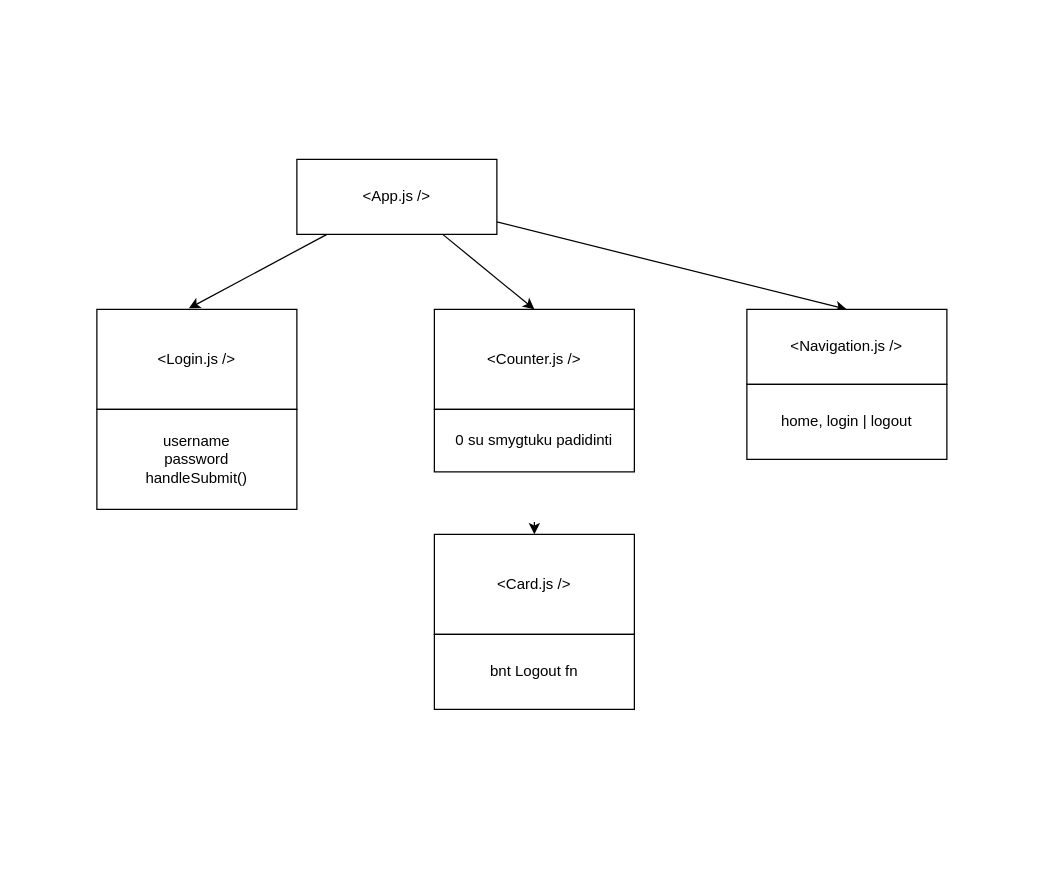
Stasysj/type8-react-10-useContext-useReducer keeps this draw.io diagram as draw.drawio. Above is the earlier version. Source tidied: cells renumbered, new cells numbered last; positions are measured from the earlier drawing's top-left corner, leaving out a move shared by most shapes. Both pictures are drawn from the tidied source at 125%, with x=0, y=0 at pixel (96, 159).
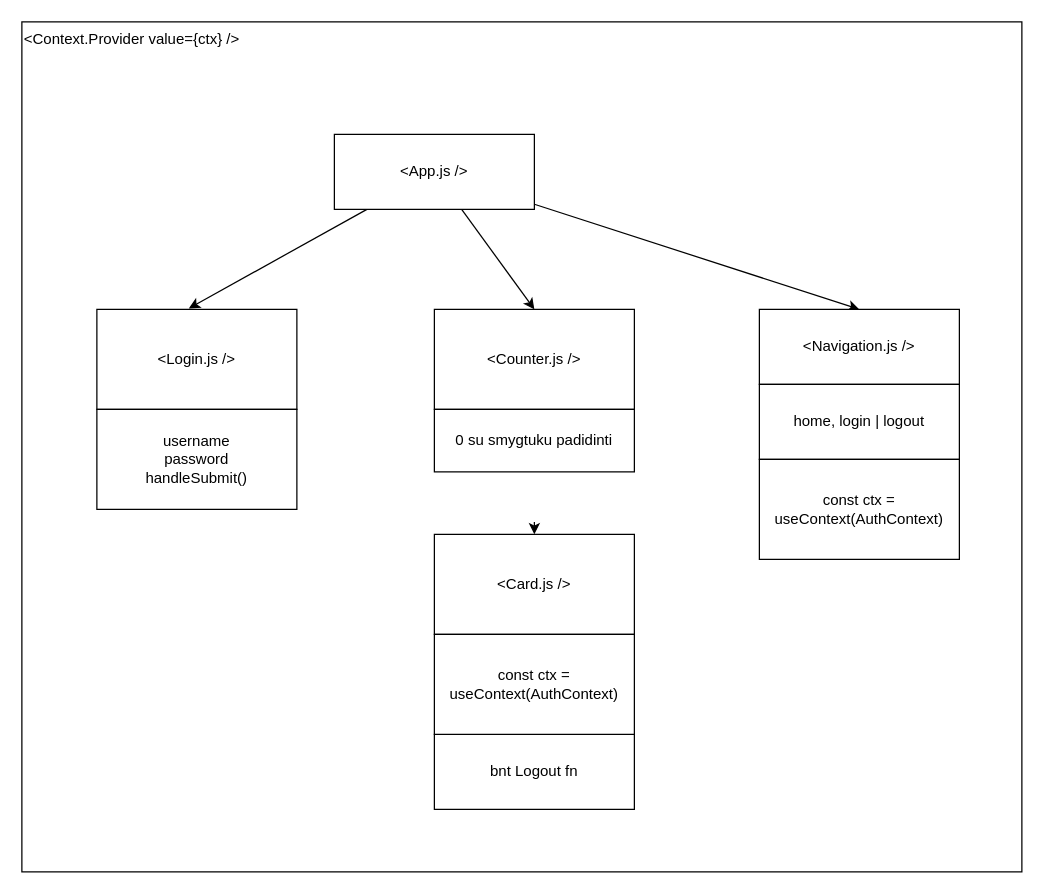
The same diagram, later.

Change to the diagram source:
```diff
@@
 <mxGraphModel>
   <root>
     <mxCell id="0" />
     <mxCell id="1" parent="0" />
+    <mxCell id="16" value="&amp;lt;Context.Provider value={ctx} /&amp;gt;" style="rounded=0;whiteSpace=wrap;html=1;align=left;verticalAlign=top;" parent="1" vertex="1">
+      <mxGeometry x="-60" y="-110" width="800" height="680" as="geometry" />
+    </mxCell>
     <mxCell id="2" style="edgeStyle=none;html=1;entryX=0.46;entryY=-0.01;entryDx=0;entryDy=0;entryPerimeter=0;" parent="1" edge="1" source="5" target="8">
       <mxGeometry relative="1" as="geometry" />
     </mxCell>
     <mxCell id="3" style="edgeStyle=none;html=1;entryX=0.5;entryY=0;entryDx=0;entryDy=0;" parent="1" edge="1" source="5" target="7">
       <mxGeometry relative="1" as="geometry" />
     </mxCell>
     <mxCell id="4" style="edgeStyle=none;html=1;entryX=0.5;entryY=0;entryDx=0;entryDy=0;" parent="1" edge="1" source="5" target="10">
       <mxGeometry relative="1" as="geometry" />
     </mxCell>
     <mxCell id="5" value="&amp;lt;App.js /&amp;gt;" style="rounded=0;whiteSpace=wrap;html=1;" parent="1" vertex="1">
-      <mxGeometry x="160" width="160" height="60" as="geometry" />
+      <mxGeometry x="190" y="-20" width="160" height="60" as="geometry" />
     </mxCell>
     <mxCell id="6" style="edgeStyle=none;html=1;startArrow=none;" parent="1" edge="1" target="9">
       <mxGeometry relative="1" as="geometry">
         <mxPoint x="350" y="290" as="sourcePoint" />
       </mxGeometry>
     </mxCell>
     <mxCell id="7" value="&amp;lt;Counter.js /&amp;gt;" style="rounded=0;whiteSpace=wrap;html=1;" parent="1" vertex="1">
       <mxGeometry x="270" y="120" width="160" height="80" as="geometry" />
     </mxCell>
     <mxCell id="8" value="&amp;lt;Login.js /&amp;gt;" style="rounded=0;whiteSpace=wrap;html=1;" parent="1" vertex="1">
       <mxGeometry y="120" width="160" height="80" as="geometry" />
     </mxCell>
     <mxCell id="9" value="&amp;lt;Card.js /&amp;gt;" style="rounded=0;whiteSpace=wrap;html=1;" parent="1" vertex="1">
       <mxGeometry x="270" y="300" width="160" height="80" as="geometry" />
     </mxCell>
     <mxCell id="10" value="&amp;lt;Navigation.js /&amp;gt;" style="rounded=0;whiteSpace=wrap;html=1;" parent="1" vertex="1">
-      <mxGeometry x="520" y="120" width="160" height="60" as="geometry" />
+      <mxGeometry x="530" y="120" width="160" height="60" as="geometry" />
     </mxCell>
     <mxCell id="11" value="bnt Logout fn" style="rounded=0;whiteSpace=wrap;html=1;" parent="1" vertex="1">
-      <mxGeometry x="270" y="380" width="160" height="60" as="geometry" />
+      <mxGeometry x="270" y="460" width="160" height="60" as="geometry" />
     </mxCell>
     <mxCell id="12" value="username&lt;br&gt;password&lt;br&gt;handleSubmit()" style="rounded=0;whiteSpace=wrap;html=1;" parent="1" vertex="1">
       <mxGeometry y="200" width="160" height="80" as="geometry" />
     </mxCell>
     <mxCell id="13" value="0 su smygtuku padidinti" style="rounded=0;whiteSpace=wrap;html=1;" parent="1" vertex="1">
       <mxGeometry x="270" y="200" width="160" height="50" as="geometry" />
     </mxCell>
     <mxCell id="14" style="edgeStyle=none;html=1;endArrow=none;" parent="1" edge="1" source="7" target="13">
       <mxGeometry relative="1" as="geometry" />
     </mxCell>
     <mxCell id="15" value="home, login | logout" style="rounded=0;whiteSpace=wrap;html=1;" parent="1" vertex="1">
-      <mxGeometry x="520" y="180" width="160" height="60" as="geometry" />
+      <mxGeometry x="530" y="180" width="160" height="60" as="geometry" />
     </mxCell>
+    <mxCell id="17" value="const ctx = useContext(AuthContext)" style="rounded=0;whiteSpace=wrap;html=1;" parent="1" vertex="1">
+      <mxGeometry x="270" y="380" width="160" height="80" as="geometry" />
+    </mxCell>
+    <mxCell id="18" value="const ctx = useContext(AuthContext)" style="rounded=0;whiteSpace=wrap;html=1;" parent="1" vertex="1">
+      <mxGeometry x="530" y="240" width="160" height="80" as="geometry" />
+    </mxCell>
   </root>
 </mxGraphModel>
```
